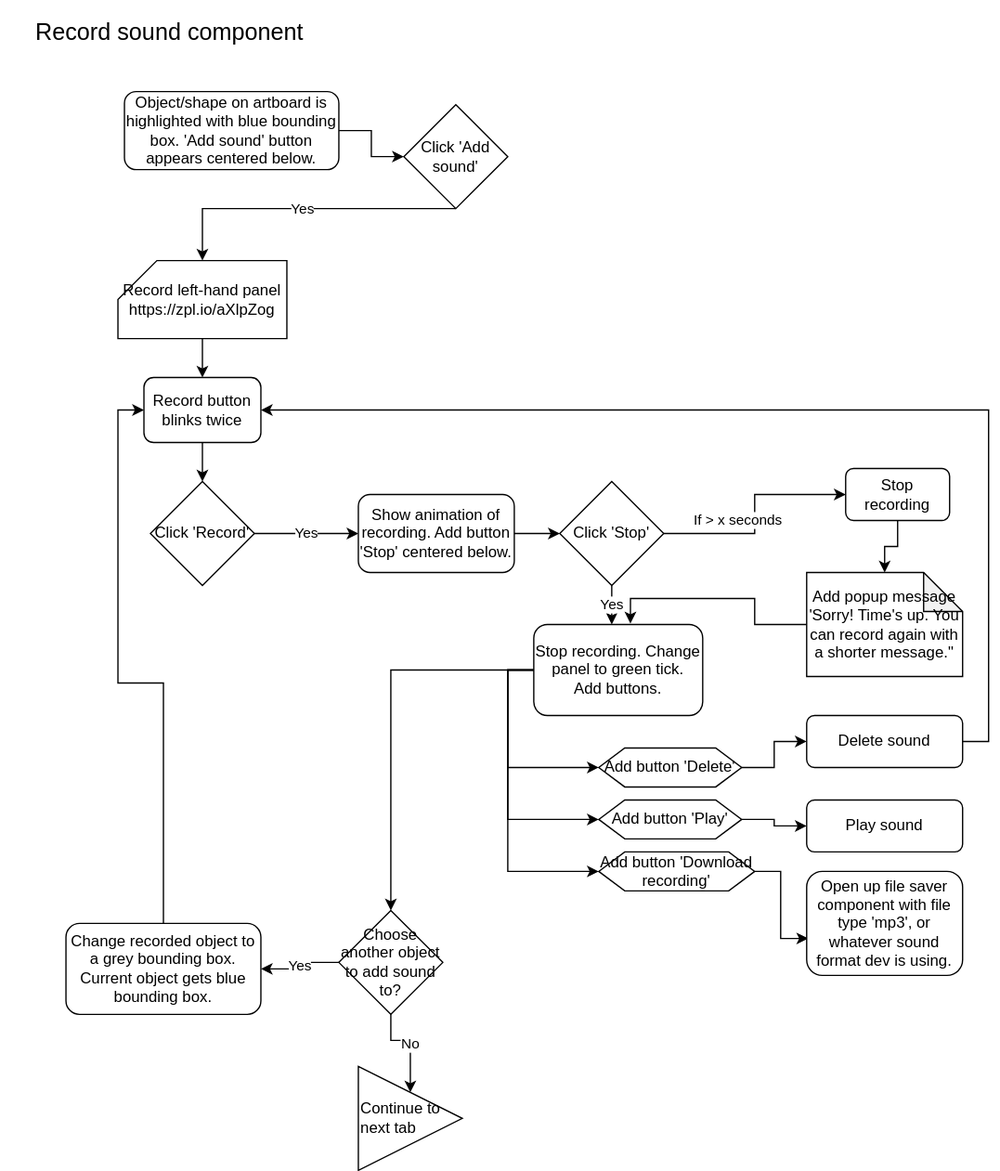
ji-devs/ji-cloud-flowcharts keeps this draw.io diagram as modules/components/record-sound.drawio.svg. Above is the earlier version. Source tidied: cells renumbered, new cells last; positions are measured from the earlier drawing's top-left corner, leaving out a move shared by most shapes.
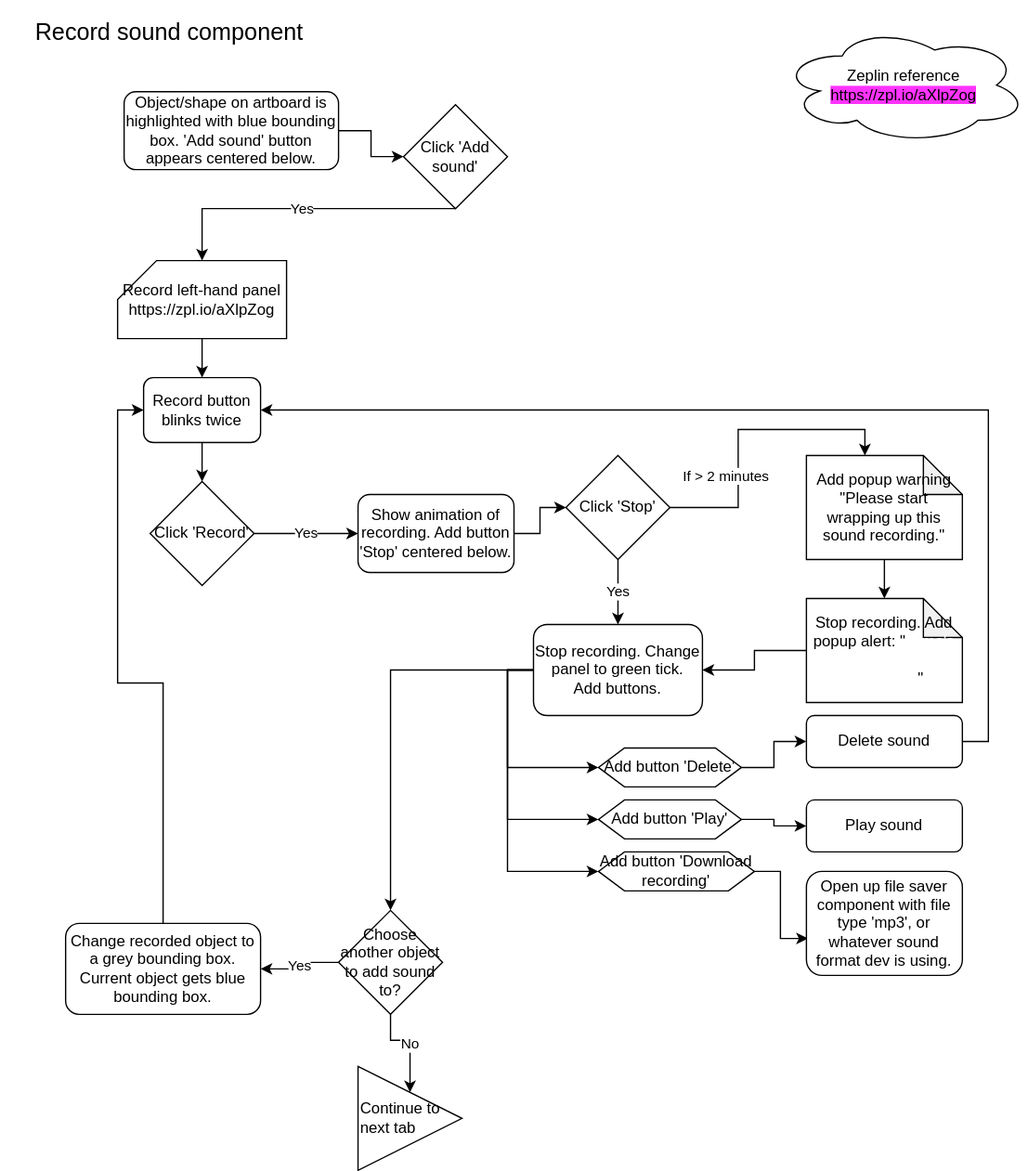
The same file after the commit.

The edit, as a diff of the source:
```diff
@@ -29,13 +29,16 @@
     <mxCell id="10" value="Show animation of recording. Add button 'Stop' centered below." style="rounded=1;whiteSpace=wrap;html=1;" parent="1" vertex="1">
       <mxGeometry x="275" y="380" width="120" height="60" as="geometry" />
     </mxCell>
-    <mxCell id="11" value="Yes" style="edgeStyle=orthogonalEdgeStyle;rounded=0;jettySize=auto;html=1;exitX=0.5;exitY=1;exitDx=0;exitDy=0;" parent="1" edge="1" source="12">
+    <mxCell id="11" value="Yes" style="edgeStyle=orthogonalEdgeStyle;rounded=0;jettySize=auto;html=1;exitX=0.5;exitY=1;exitDx=0;exitDy=0;entryX=0.5;entryY=0;entryDx=0;entryDy=0;" parent="1" edge="1" source="12" target="16">
       <mxGeometry relative="1" as="geometry">
-        <mxPoint x="470" y="480" as="targetPoint" />
+        <Array as="points">
+          <mxPoint x="475" y="470" />
+          <mxPoint x="475" y="470" />
+        </Array>
       </mxGeometry>
     </mxCell>
     <mxCell id="12" value="Click 'Stop'" style="rhombus;whiteSpace=wrap;html=1;" parent="1" vertex="1">
-      <mxGeometry x="430" y="370" width="80" height="80" as="geometry" />
+      <mxGeometry x="435" y="350" width="80" height="80" as="geometry" />
     </mxCell>
     <mxCell id="13" style="edgeStyle=orthogonalEdgeStyle;rounded=0;jettySize=auto;html=1;entryX=0;entryY=0.5;entryDx=0;entryDy=0;exitX=0;exitY=0.5;exitDx=0;exitDy=0;" parent="1" edge="1" source="16" target="18">
       <mxGeometry relative="1" as="geometry" />
@@ -103,19 +106,13 @@
     <mxCell id="31" style="edgeStyle=orthogonalEdgeStyle;rounded=0;jettySize=auto;html=1;entryX=0;entryY=0.5;entryDx=0;entryDy=0;exitX=0;exitY=0.5;exitDx=0;exitDy=0;" parent="1" edge="1" source="16" target="20">
       <mxGeometry relative="1" as="geometry" />
     </mxCell>
-    <mxCell id="32" style="edgeStyle=orthogonalEdgeStyle;rounded=0;jettySize=auto;html=1;entryX=0.572;entryY=-0.011;entryDx=0;entryDy=0;entryPerimeter=0;" parent="1" edge="1" source="33" target="16">
-      <mxGeometry relative="1" as="geometry" />
-    </mxCell>
+    <mxCell id="43" style="edgeStyle=orthogonalEdgeStyle;rounded=0;jettySize=auto;html=1;exitX=0.5;exitY=1;exitDx=0;exitDy=0;exitPerimeter=0;entryX=0.5;entryY=0;entryDx=0;entryDy=0;entryPerimeter=0;" parent="1" edge="1" source="33" target="46">
+      <mxGeometry relative="1" as="geometry" />
+    </mxCell>
-    <mxCell id="33" value="Add popup message 'Sorry! Time's up. You can record again with a shorter message.&quot;" style="shape=note;whiteSpace=wrap;html=1;backgroundOutline=1;darkOpacity=0.05;" parent="1" vertex="1">
-      <mxGeometry x="620" y="440" width="120" height="80" as="geometry" />
+    <mxCell id="33" value="Add popup warning &quot;Please start wrapping up this sound recording.&quot;" style="shape=note;whiteSpace=wrap;html=1;backgroundOutline=1;darkOpacity=0.05;" parent="1" vertex="1">
+      <mxGeometry x="620" y="350" width="120" height="80" as="geometry" />
     </mxCell>
-    <mxCell id="34" style="edgeStyle=orthogonalEdgeStyle;rounded=0;jettySize=auto;html=1;entryX=0.5;entryY=0;entryDx=0;entryDy=0;entryPerimeter=0;" parent="1" edge="1" source="35" target="33">
-      <mxGeometry relative="1" as="geometry" />
-    </mxCell>
-    <mxCell id="35" value="Stop recording" style="rounded=1;whiteSpace=wrap;html=1;" parent="1" vertex="1">
-      <mxGeometry x="650" y="360" width="80" height="40" as="geometry" />
-    </mxCell>
-    <mxCell id="36" value="If &amp;gt; x seconds" style="edgeStyle=orthogonalEdgeStyle;rounded=0;jettySize=auto;html=1;" parent="1" edge="1" source="12" target="35">
+    <mxCell id="36" value="If &amp;gt; 2 minutes" style="edgeStyle=orthogonalEdgeStyle;rounded=0;jettySize=auto;html=1;entryX=0;entryY=0;entryDx=45;entryDy=0;entryPerimeter=0;" parent="1" edge="1" source="12" target="33">
       <mxGeometry x="-0.33" y="10" relative="1" as="geometry" />
     </mxCell>
     <mxCell id="37" value="Yes" style="edgeStyle=orthogonalEdgeStyle;rounded=0;jettySize=auto;html=1;exitX=0;exitY=0.5;exitDx=0;exitDy=0;" parent="1" edge="1" source="39" target="41">
@@ -136,5 +133,14 @@
     <mxCell id="42" value="Continue to next tab&amp;nbsp;" style="triangle;whiteSpace=wrap;html=1;align=left;" parent="1" vertex="1">
       <mxGeometry x="275" y="820" width="80" height="80" as="geometry" />
     </mxCell>
+    <mxCell id="44" value="Zeplin reference&lt;br&gt;&lt;span style=&quot;background-color: rgb(255 , 51 , 255)&quot;&gt;https://zpl.io/aXlpZog&lt;/span&gt;" style="ellipse;shape=cloud;whiteSpace=wrap;html=1;" parent="1" vertex="1">
+      <mxGeometry x="600" y="20" width="190" height="90" as="geometry" />
+    </mxCell>
+    <mxCell id="45" style="edgeStyle=orthogonalEdgeStyle;rounded=0;jettySize=auto;html=1;entryX=1;entryY=0.5;entryDx=0;entryDy=0;" parent="1" edge="1" source="46" target="16">
+      <mxGeometry relative="1" as="geometry" />
+    </mxCell>
+    <mxCell id="46" value="Stop recording. Add popup alert: &quot;&lt;span style=&quot;color: rgb(255 , 255 , 255)&quot;&gt;Time's up! We've saved your recording.&lt;/span&gt;&quot;" style="shape=note;whiteSpace=wrap;html=1;backgroundOutline=1;darkOpacity=0.05;" parent="1" vertex="1">
+      <mxGeometry x="620" y="460" width="120" height="80" as="geometry" />
+    </mxCell>
   </root>
 </mxGraphModel>
```
